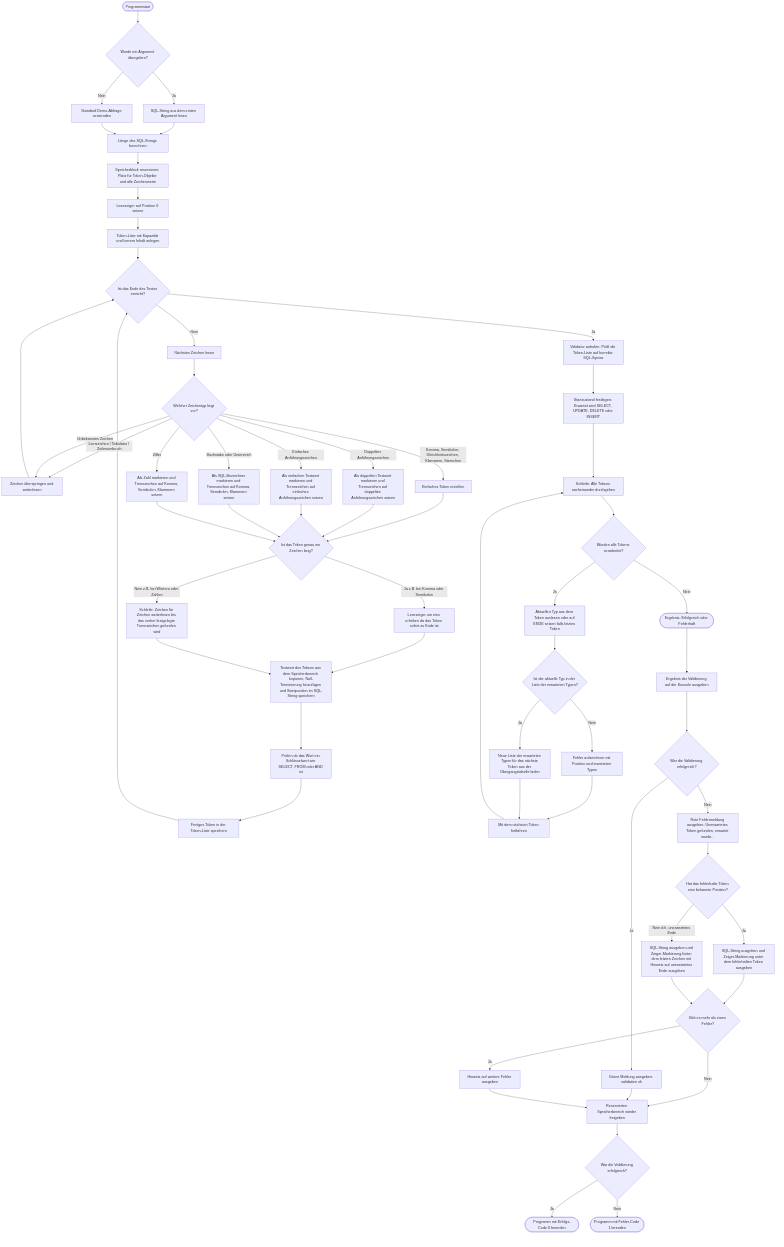
This is doc/Programmablaufdiagramm.png from nickhildebrandt/scanql, a Mermaid export, as it was before one commit. Its source is kept beside it as doc/Programmablaufdiagramm.mmd.
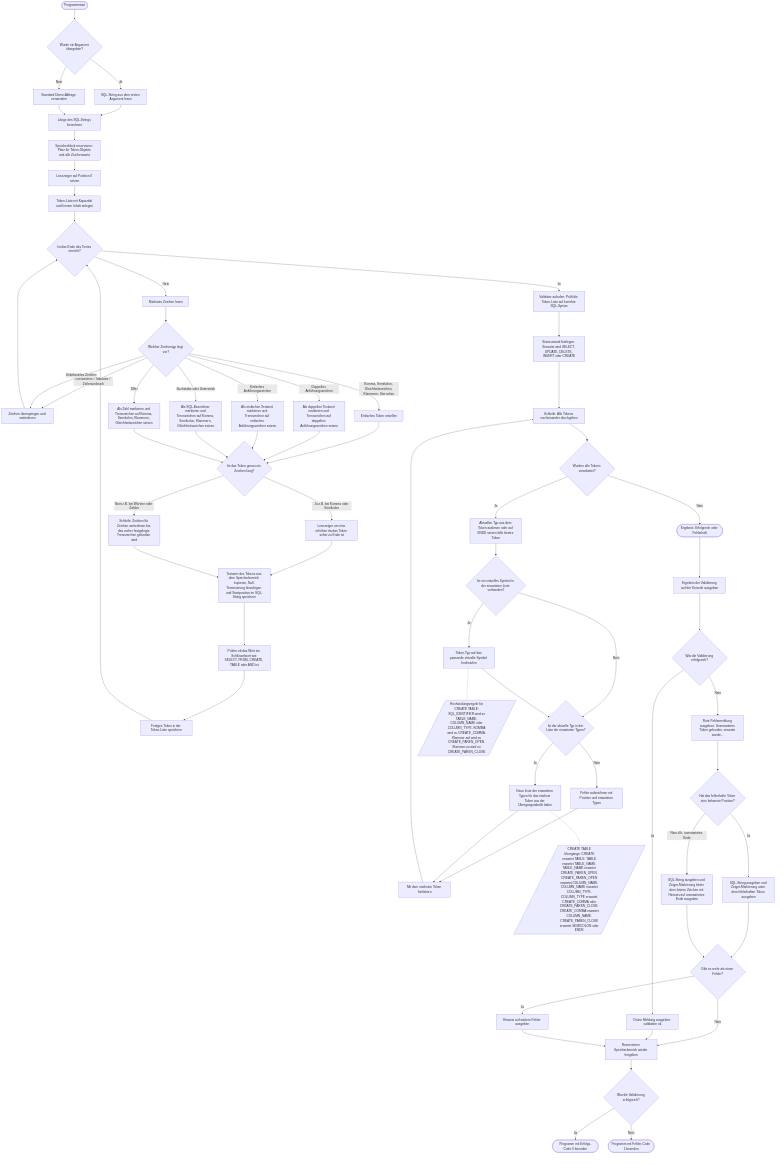
Above is the later version.

What changed in the source:
```diff
@@ -21,8 +21,8 @@
   F2 -- Komma, Semikolon, Gleichheitszeichen, Klammern, Sternchen --> F3[Einfaches Token erstellen]
   F2 -- Doppeltes Anführungszeichen --> F4[Als doppelten Textwert markieren und Trennzeichen auf doppeltes Anführungszeichen setzen]
   F2 -- Einfaches Anführungszeichen --> F5[Als einfachen Textwert markieren und Trennzeichen auf einfaches Anführungszeichen setzen]
-  F2 -- Buchstabe oder Unterstrich --> F6[Als SQL-Bezeichner markieren und Trennzeichen auf Komma, Semikolon, Klammern setzen]
-  F2 -- Ziffer --> F7[Als Zahl markieren und Trennzeichen auf Komma, Semikolon, Klammern setzen]
+  F2 -- Buchstabe oder Unterstrich --> F6[Als SQL-Bezeichner markieren und Trennzeichen auf Komma, Semikolon, Klammern, Gleichheitszeichen setzen]
+  F2 -- Ziffer --> F7[Als Zahl markieren und Trennzeichen auf Komma, Semikolon, Klammern, Gleichheitszeichen setzen]
 
   F3 & F4 & F5 & F6 & F7 --> F9{Ist das Token genau ein Zeichen lang?}
 
@@ -31,24 +31,33 @@
 
   F10 & F11 --> F12[Textwert des Tokens aus dem Speicherbereich kopieren, Null-Terminierung hinzufügen und Startposition im SQL-String speichern]
 
-  F12 --> F13[Prüfen ob das Wort ein Schlüsselwort wie SELECT, FROM oder AND ist]
+  F12 --> F13[Prüfen ob das Wort ein Schlüsselwort wie SELECT, FROM, CREATE, TABLE oder AND ist]
   F13 --> F14[Fertiges Token in der Token-Liste speichern]
   F14 --> F0
 
-  G --> G1[Startzustand festlegen: Erwartet wird SELECT, UPDATE, DELETE oder INSERT]
+  G --> G1[Startzustand festlegen: Erwartet wird SELECT, UPDATE, DELETE, INSERT oder CREATE]
   G1 --> G2[Schleife: Alle Tokens nacheinander durchgehen]
 
   G2 --> G3{Wurden alle Tokens verarbeitet?}
   G3 -- Nein --> G10([Ergebnis: Erfolgreich oder Fehlerhaft])
   G3 -- Ja --> G4[Aktuellen Typ aus dem Token auslesen oder auf ENDE setzen falls letztes Token]
 
-  G4 --> G7{Ist der aktuelle Typ in der Liste der erwarteten Typen?}
+  G4 --> G5{Ist ein virtuelles Symbol in der erwarteten Liste vorhanden?}
+
+  G5 -- Ja --> G6[Token-Typ auf das passende virtuelle Symbol hochstufen]
+  G5 -- Nein --> G7
+
+  G6 --> G7{Ist der aktuelle Typ in der Liste der erwarteten Typen?}
   G7 -- Nein --> G8[Fehler aufzeichnen mit Position und erwarteten Typen]
   G7 -- Ja --> G11[Neue Liste der erwarteten Typen für das nächste Token aus der Übergangstabelle laden]
 
   G8 --> G12[Mit dem nächsten Token fortfahren]
   G11 --> G12
   G12 --> G2
+
+  G6 -.- VP[/"Hochstufungsregeln für CREATE TABLE: SQL_IDENTIFIER wird zu TABLE_NAME, COLUMN_NAME oder COLUMN_TYPE. KOMMA wird zu CREATE_COMMA. Klammer-auf wird zu CREATE_PAREN_OPEN. Klammer-zu wird zu CREATE_PAREN_CLOSE."/]
+
+  G11 -.- CT[/"CREATE TABLE Übergänge: CREATE erwartet TABLE. TABLE erwartet TABLE_NAME. TABLE_NAME erwartet CREATE_PAREN_OPEN. CREATE_PAREN_OPEN erwartet COLUMN_NAME. COLUMN_NAME erwartet COLUMN_TYPE. COLUMN_TYPE erwartet CREATE_COMMA oder CREATE_PAREN_CLOSE. CREATE_COMMA erwartet COLUMN_NAME. CREATE_PAREN_CLOSE erwartet SEMICOLON oder ENDE."/]
 
   G10 --> H[Ergebnis der Validierung auf der Konsole ausgeben]
 
```
